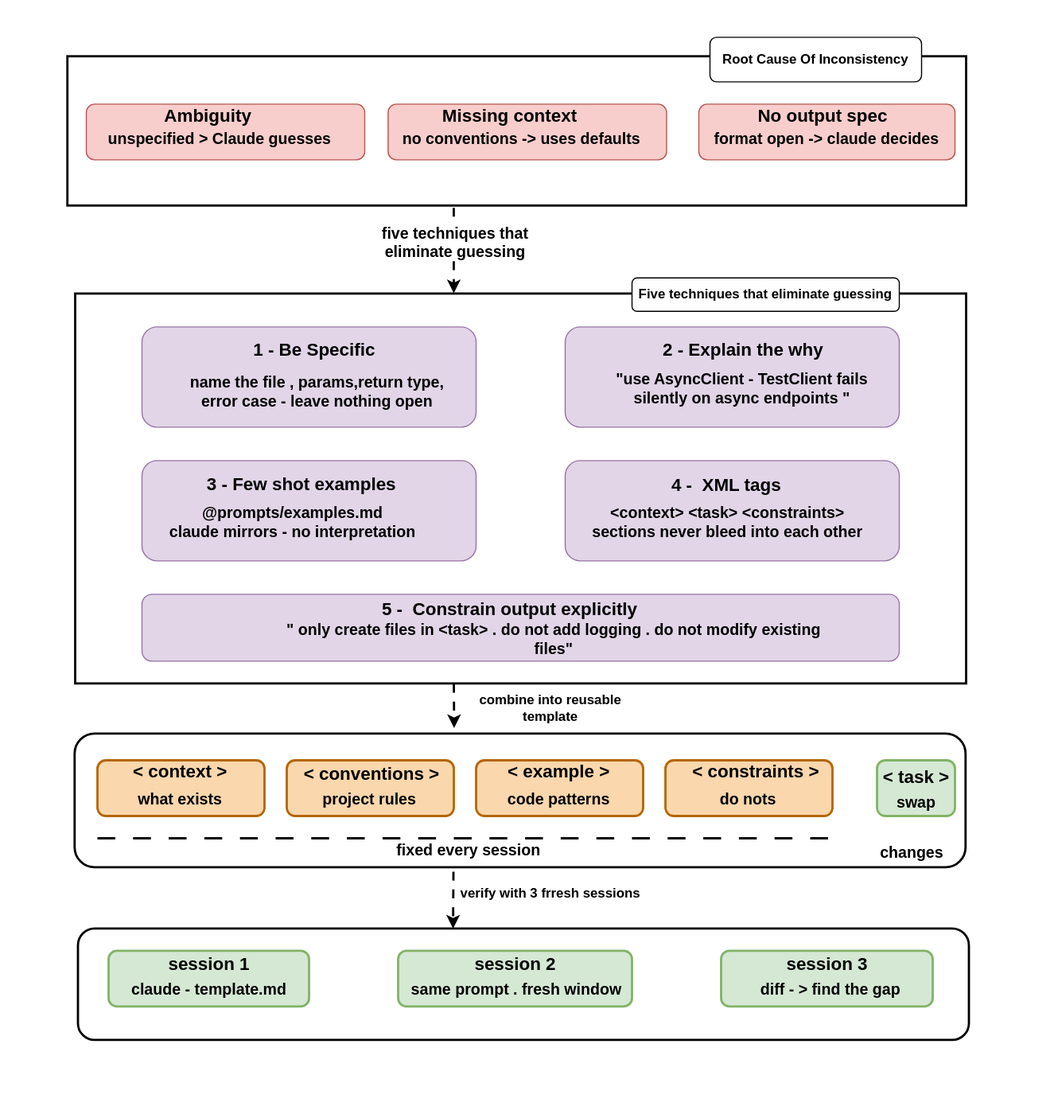
This is Claude Code/Planning and Spec Engineering/Lab 03/architecture.svg from poridhiEng/lab-asset, a draw.io export, as it was before one commit. Source tidied: cells renumbered, new cells last; positions are measured from the earlier drawing's top-left corner, leaving out a move shared by most shapes.
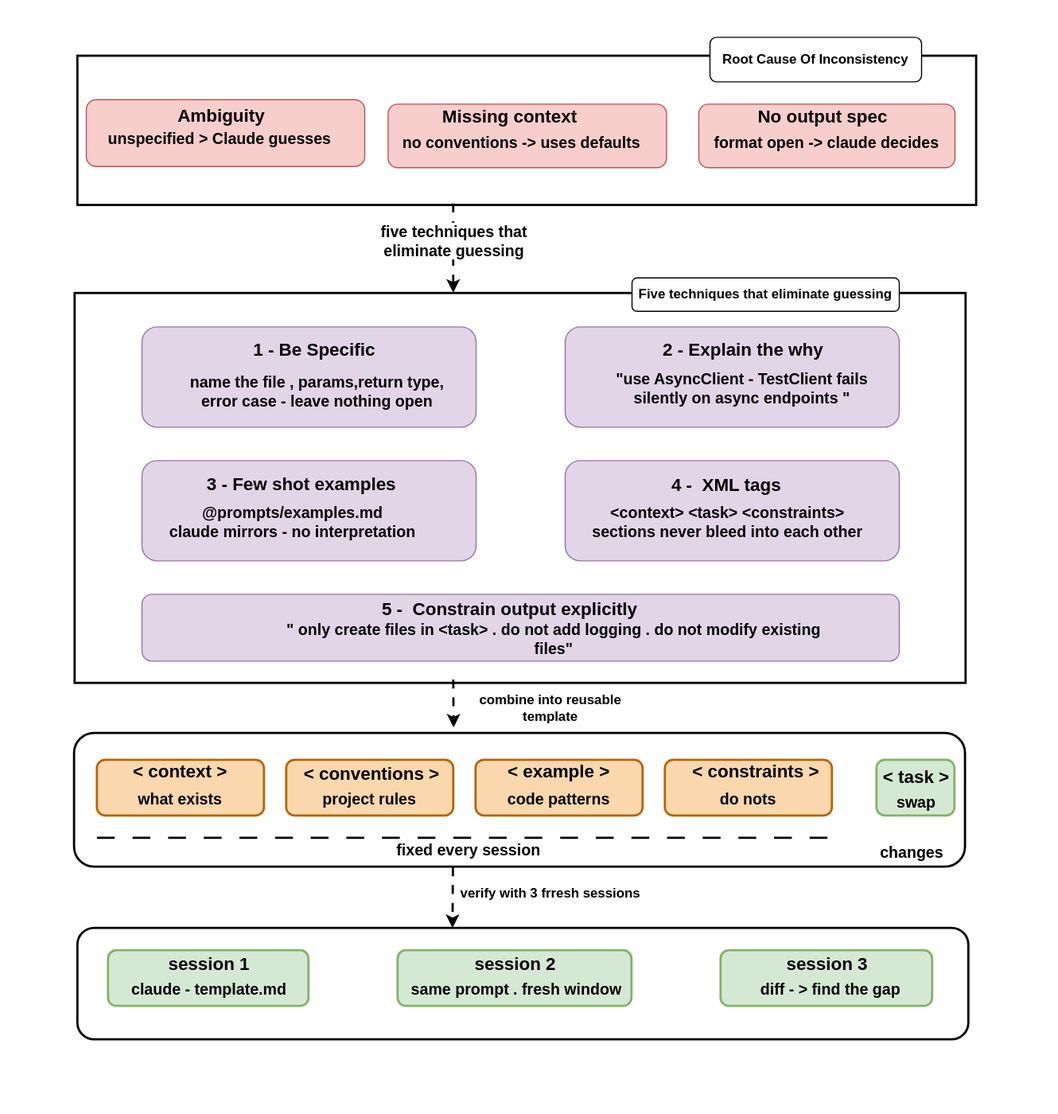
Later version of the same file.

What changed in the source:
```diff
@@ -6,28 +6,31 @@
       <mxGeometry width="950" height="1000" as="geometry" />
     </mxCell>
     <mxCell id="3" style="group;" parent="1" vertex="1">
-      <mxGeometry x="348" y="93" width="250" height="50" as="geometry" />
+      <mxGeometry x="348" y="93" width="528.5" height="91" as="geometry" />
     </mxCell>
     <mxCell id="4" style="rounded=1;whiteSpace=wrap;html=1;fillColor=#f8cecc;strokeColor=#b85450;" parent="3" vertex="1">
-      <mxGeometry width="250" height="50" as="geometry" />
+      <mxGeometry width="250" height="57" as="geometry" />
     </mxCell>
     <mxCell id="5" value="&lt;font style=&quot;color: light-dark(rgb(0, 0, 0), rgb(255, 255, 255)); font-size: 16px;&quot;&gt;&lt;b style=&quot;&quot;&gt;Missing context&lt;/b&gt;&lt;/font&gt;" style="text;html=1;whiteSpace=wrap;strokeColor=none;fillColor=none;align=center;verticalAlign=middle;rounded=0;" parent="3" vertex="1">
-      <mxGeometry x="41.7" width="135.4" height="20" as="geometry" />
+      <mxGeometry x="41.7" width="135.4" height="22.8" as="geometry" />
     </mxCell>
     <mxCell id="6" value="&lt;font style=&quot;font-size: 14px;&quot;&gt;&lt;b&gt;no conventions -&amp;gt; uses defaults&lt;/b&gt;&lt;/font&gt;" style="text;html=1;whiteSpace=wrap;strokeColor=none;fillColor=none;align=center;verticalAlign=middle;rounded=0;" parent="3" vertex="1">
-      <mxGeometry y="16" width="239.6" height="30" as="geometry" />
+      <mxGeometry y="18.2" width="239.6" height="34.2" as="geometry" />
     </mxCell>
+    <mxCell id="30" style="rounded=0;whiteSpace=wrap;html=1;fillColor=none;strokeWidth=2;" parent="3" vertex="1">
+      <mxGeometry x="-278.5" y="-43" width="807" height="134" as="geometry" />
+    </mxCell>
     <mxCell id="7" style="group;" parent="1" vertex="1">
-      <mxGeometry x="627" y="93" width="230" height="50" as="geometry" />
+      <mxGeometry x="627" y="93" width="230" height="57" as="geometry" />
     </mxCell>
     <mxCell id="8" style="rounded=1;whiteSpace=wrap;html=1;fillColor=#f8cecc;strokeColor=#b85450;" parent="7" vertex="1">
-      <mxGeometry width="230" height="50" as="geometry" />
+      <mxGeometry width="230" height="57" as="geometry" />
     </mxCell>
     <mxCell id="9" value="&lt;font style=&quot;color: light-dark(rgb(0, 0, 0), rgb(255, 255, 255)); font-size: 16px;&quot;&gt;&lt;b style=&quot;&quot;&gt;No output spec&lt;/b&gt;&lt;/font&gt;" style="text;html=1;whiteSpace=wrap;strokeColor=none;fillColor=none;align=center;verticalAlign=middle;rounded=0;" parent="7" vertex="1">
-      <mxGeometry x="43" width="137" height="20" as="geometry" />
+      <mxGeometry x="43" width="137" height="22.8" as="geometry" />
     </mxCell>
     <mxCell id="10" value="&lt;font style=&quot;font-size: 14px;&quot;&gt;&lt;b style=&quot;&quot;&gt;format open -&amp;gt; claude decides&lt;/b&gt;&lt;/font&gt;" style="text;html=1;whiteSpace=wrap;strokeColor=none;fillColor=none;align=center;verticalAlign=middle;rounded=0;" parent="7" vertex="1">
-      <mxGeometry y="16" width="230" height="30" as="geometry" />
+      <mxGeometry y="18.2" width="230" height="34.2" as="geometry" />
     </mxCell>
     <mxCell id="11" style="rounded=0;whiteSpace=wrap;html=1;strokeWidth=2;fillColor=none;" parent="1" vertex="1">
       <mxGeometry x="67" y="263" width="800" height="350" as="geometry" />
@@ -89,17 +92,14 @@
     <mxCell id="29" value="&lt;font style=&quot;color: light-dark(rgb(0, 0, 0), rgb(255, 255, 255)); font-size: 16px;&quot;&gt;&lt;b&gt;5 -&amp;nbsp; Constrain output explicitly&lt;/b&gt;&lt;/font&gt;" style="text;html=1;whiteSpace=wrap;strokeColor=none;fillColor=none;align=center;verticalAlign=middle;rounded=0;" parent="1" vertex="1">
       <mxGeometry x="330.5" y="536" width="252.5" height="20" as="geometry" />
     </mxCell>
-    <mxCell id="30" style="rounded=0;whiteSpace=wrap;html=1;fillColor=none;strokeWidth=2;" parent="1" vertex="1">
-      <mxGeometry x="60" y="50" width="807" height="134" as="geometry" />
-    </mxCell>
     <mxCell id="31" style="group;rounded=1;" parent="1" vertex="1">
       <mxGeometry x="77" y="93" width="800" height="92" as="geometry" />
     </mxCell>
     <mxCell id="32" style="rounded=1;whiteSpace=wrap;html=1;fillColor=#f8cecc;strokeColor=#b85450;" parent="31" vertex="1">
-      <mxGeometry width="250" height="50" as="geometry" />
+      <mxGeometry y="-4" width="250" height="60" as="geometry" />
     </mxCell>
     <mxCell id="33" value="&lt;font style=&quot;color: light-dark(rgb(0, 0, 0), rgb(255, 255, 255)); font-size: 16px;&quot;&gt;&lt;b style=&quot;&quot;&gt;Ambiguity&lt;/b&gt;&lt;/font&gt;" style="text;html=1;whiteSpace=wrap;strokeColor=none;fillColor=none;align=center;verticalAlign=middle;rounded=0;" parent="31" vertex="1">
-      <mxGeometry x="41.7" width="135.4" height="20" as="geometry" />
+      <mxGeometry x="53.7" width="135.4" height="20" as="geometry" />
     </mxCell>
     <mxCell id="34" value="&lt;font style=&quot;font-size: 14px;&quot;&gt;&lt;b&gt;unspecified &amp;gt; Claude guesses&lt;/b&gt;&lt;/font&gt;" style="text;html=1;whiteSpace=wrap;strokeColor=none;fillColor=none;align=center;verticalAlign=middle;rounded=0;" parent="31" vertex="1">
       <mxGeometry y="16" width="239.6" height="30" as="geometry" />
```
